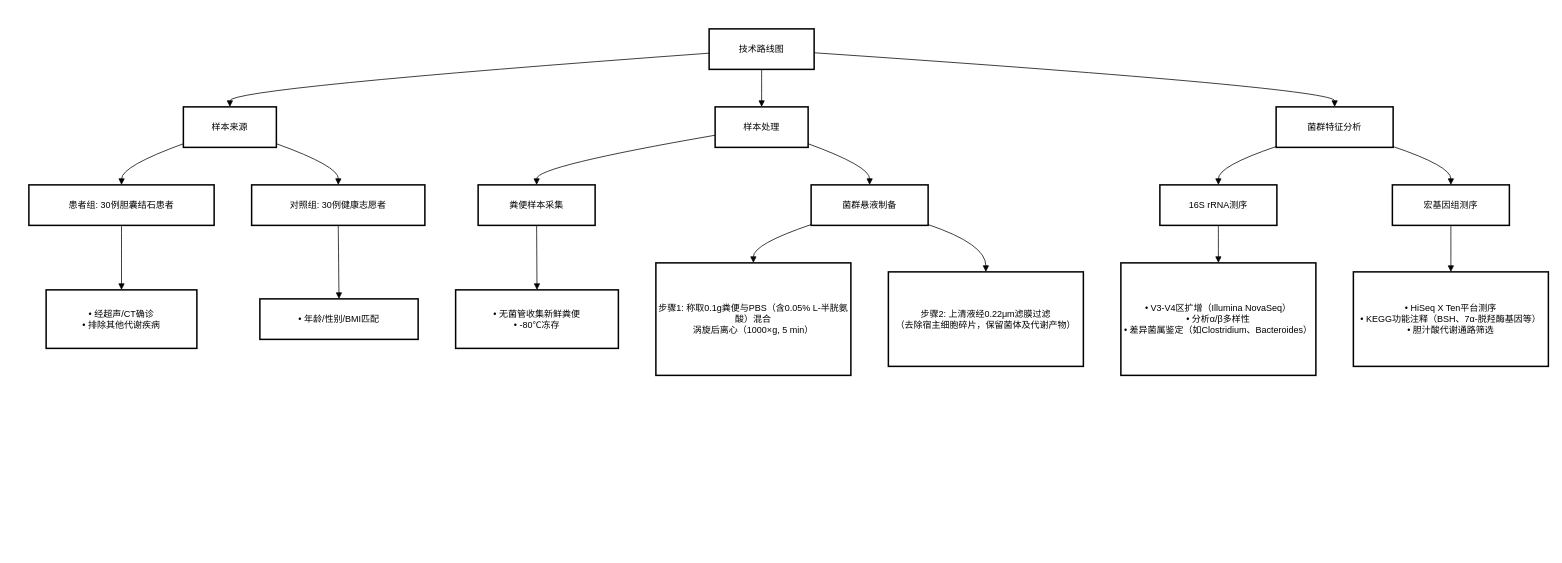
DavidWang2019/TEST keeps this draw.io diagram as 技术路线一.drawio. Above is the earlier version. Source tidied: cells renumbered, new cells numbered last; positions are measured from the earlier drawing's top-left corner, leaving out a move shared by most shapes. Both pictures are drawn from the tidied source at 75%, with x=0, y=0 at pixel (28, 28).
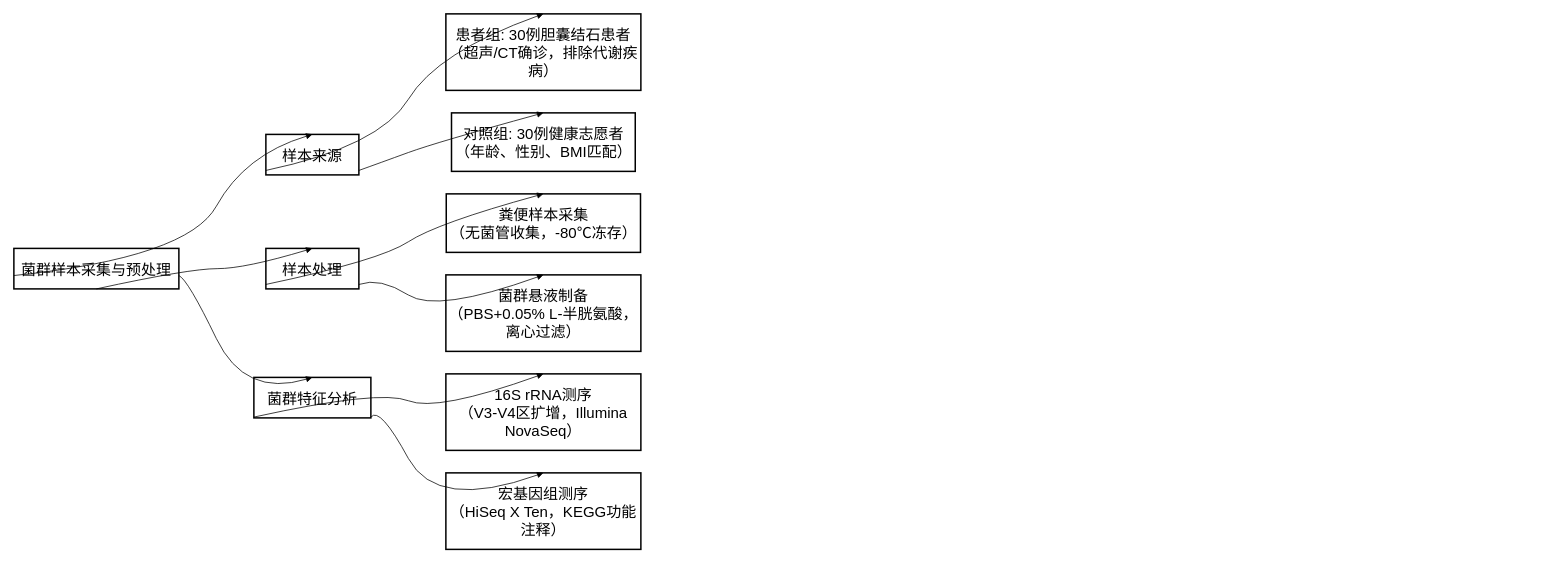
The same page after the edit.

Commit message (it also covers changes not shown here):
更新技术路线一.drawio

Diff of the diagram source:
```diff
@@
-    <mxCell id="2" value="技术路线图" style="whiteSpace=wrap;strokeWidth=2;" parent="1" vertex="1">
-      <mxGeometry x="907" width="140" height="54" as="geometry" />
-    </mxCell>
+    <mxCell id="35" value="菌群样本采集与预处理" style="whiteSpace=wrap;strokeWidth=2;fontSize=20;" parent="1" vertex="1">
+      <mxGeometry x="-20" y="292.7" width="220" height="54" as="geometry" />
+    </mxCell>
-    <mxCell id="3" value="样本来源" style="whiteSpace=wrap;strokeWidth=2;" parent="1" vertex="1">
-      <mxGeometry x="206" y="104" width="124" height="54" as="geometry" />
+    <mxCell id="3" value="样本来源" style="whiteSpace=wrap;strokeWidth=2;fontSize=20;" parent="1" vertex="1">
+      <mxGeometry x="316" y="140.7" width="124" height="54" as="geometry" />
     </mxCell>
-    <mxCell id="4" value="样本处理" style="whiteSpace=wrap;strokeWidth=2;" parent="1" vertex="1">
-      <mxGeometry x="915" y="104" width="124" height="54" as="geometry" />
+    <mxCell id="4" value="样本处理" style="whiteSpace=wrap;strokeWidth=2;fontSize=20;" parent="1" vertex="1">
+      <mxGeometry x="316" y="292.7" width="124" height="54" as="geometry" />
     </mxCell>
-    <mxCell id="5" value="菌群特征分析" style="whiteSpace=wrap;strokeWidth=2;" parent="1" vertex="1">
-      <mxGeometry x="1663" y="104" width="156" height="54" as="geometry" />
+    <mxCell id="5" value="菌群特征分析" style="whiteSpace=wrap;strokeWidth=2;fontSize=20;" parent="1" vertex="1">
+      <mxGeometry x="300" y="464.7" width="156" height="54" as="geometry" />
     </mxCell>
-    <mxCell id="6" value="患者组: 30例胆囊结石患者" style="whiteSpace=wrap;strokeWidth=2;" parent="1" vertex="1">
-      <mxGeometry y="208" width="247" height="54" as="geometry" />
-    </mxCell>
-    <mxCell id="7" value="对照组: 30例健康志愿者" style="whiteSpace=wrap;strokeWidth=2;" parent="1" vertex="1">
-      <mxGeometry x="297" y="208" width="231" height="54" as="geometry" />
-    </mxCell>
-    <mxCell id="8" value="• 经超声/CT确诊&#10;• 排除其他代谢疾病" style="whiteSpace=wrap;strokeWidth=2;" parent="1" vertex="1">
-      <mxGeometry x="23" y="348" width="201" height="78" as="geometry" />
-    </mxCell>
-    <mxCell id="9" value="• 年龄/性别/BMI匹配" style="whiteSpace=wrap;strokeWidth=2;" parent="1" vertex="1">
-      <mxGeometry x="308" y="360" width="211" height="54" as="geometry" />
-    </mxCell>
-    <mxCell id="10" value="粪便样本采集" style="whiteSpace=wrap;strokeWidth=2;" parent="1" vertex="1">
-      <mxGeometry x="599" y="208" width="156" height="54" as="geometry" />
-    </mxCell>
-    <mxCell id="11" value="菌群悬液制备" style="whiteSpace=wrap;strokeWidth=2;" parent="1" vertex="1">
-      <mxGeometry x="1043" y="208" width="156" height="54" as="geometry" />
-    </mxCell>
-    <mxCell id="12" value="• 无菌管收集新鲜粪便&#10;• -80℃冻存" style="whiteSpace=wrap;strokeWidth=2;" parent="1" vertex="1">
-      <mxGeometry x="569" y="348" width="217" height="78" as="geometry" />
-    </mxCell>
-    <mxCell id="13" value="步骤1: 称取0.1g粪便与PBS（含0.05% L-半胱氨酸）混合&#10;涡旋后离心（1000×g, 5 min）" style="whiteSpace=wrap;strokeWidth=2;" parent="1" vertex="1">
-      <mxGeometry x="836" y="312" width="260" height="150" as="geometry" />
-    </mxCell>
-    <mxCell id="14" value="步骤2: 上清液经0.22μm滤膜过滤&#10;（去除宿主细胞碎片，保留菌体及代谢产物）" style="whiteSpace=wrap;strokeWidth=2;" parent="1" vertex="1">
-      <mxGeometry x="1146" y="324" width="260" height="126" as="geometry" />
-    </mxCell>
-    <mxCell id="15" value="16S rRNA测序" style="whiteSpace=wrap;strokeWidth=2;" parent="1" vertex="1">
-      <mxGeometry x="1508" y="208" width="156" height="54" as="geometry" />
-    </mxCell>
-    <mxCell id="16" value="宏基因组测序" style="whiteSpace=wrap;strokeWidth=2;" parent="1" vertex="1">
-      <mxGeometry x="1818" y="208" width="156" height="54" as="geometry" />
-    </mxCell>
-    <mxCell id="17" value="• V3-V4区扩增（Illumina NovaSeq）&#10;• 分析α/β多样性&#10;• 差异菌属鉴定（如Clostridium、Bacteroides）" style="whiteSpace=wrap;strokeWidth=2;" parent="1" vertex="1">
-      <mxGeometry x="1456" y="312" width="260" height="150" as="geometry" />
-    </mxCell>
-    <mxCell id="18" value="• HiSeq X Ten平台测序&#10;• KEGG功能注释（BSH、7α-脱羟酶基因等）&#10;• 胆汁酸代谢通路筛选" style="whiteSpace=wrap;strokeWidth=2;" parent="1" vertex="1">
-      <mxGeometry x="1766" y="324" width="260" height="126" as="geometry" />
-    </mxCell>
-    <mxCell id="19" style="curved=1;startArrow=none;endArrow=block;exitX=0;exitY=0.6;entryX=0.5;entryY=0;rounded=0;" parent="1" edge="1" source="2" target="3">
-      <mxGeometry relative="1" as="geometry">
-        <Array as="points">
-          <mxPoint x="268" y="79" />
-        </Array>
-      </mxGeometry>
-    </mxCell>
-    <mxCell id="20" style="curved=1;startArrow=none;endArrow=block;exitX=0.5;exitY=1;entryX=0.5;entryY=0;rounded=0;" parent="1" edge="1" source="2" target="4">
-      <mxGeometry relative="1" as="geometry" />
-    </mxCell>
-    <mxCell id="21" style="curved=1;startArrow=none;endArrow=block;exitX=1;exitY=0.59;entryX=0.5;entryY=0;rounded=0;" parent="1" edge="1" source="2" target="5">
-      <mxGeometry relative="1" as="geometry">
-        <Array as="points">
-          <mxPoint x="1741" y="79" />
-        </Array>
-      </mxGeometry>
-    </mxCell>
-    <mxCell id="22" style="curved=1;startArrow=none;endArrow=block;exitX=0;exitY=0.91;entryX=0.5;entryY=0;rounded=0;" parent="1" edge="1" source="3" target="6">
-      <mxGeometry relative="1" as="geometry">
-        <Array as="points">
-          <mxPoint x="124" y="183" />
-        </Array>
-      </mxGeometry>
-    </mxCell>
-    <mxCell id="23" style="curved=1;startArrow=none;endArrow=block;exitX=1;exitY=0.91;entryX=0.5;entryY=0;rounded=0;" parent="1" edge="1" source="3" target="7">
-      <mxGeometry relative="1" as="geometry">
-        <Array as="points">
-          <mxPoint x="413" y="183" />
-        </Array>
-      </mxGeometry>
-    </mxCell>
-    <mxCell id="24" style="curved=1;startArrow=none;endArrow=block;exitX=0.5;exitY=1;entryX=0.5;entryY=0;rounded=0;" parent="1" edge="1" source="6" target="8">
-      <mxGeometry relative="1" as="geometry" />
-    </mxCell>
-    <mxCell id="25" style="curved=1;startArrow=none;endArrow=block;exitX=0.5;exitY=1;entryX=0.5;entryY=0;rounded=0;" parent="1" edge="1" source="7" target="9">
-      <mxGeometry relative="1" as="geometry" />
-    </mxCell>
-    <mxCell id="26" style="curved=1;startArrow=none;endArrow=block;exitX=0;exitY=0.7;entryX=0.5;entryY=0;rounded=0;" parent="1" edge="1" source="4" target="10">
-      <mxGeometry relative="1" as="geometry">
-        <Array as="points">
-          <mxPoint x="677" y="183" />
-        </Array>
-      </mxGeometry>
-    </mxCell>
-    <mxCell id="27" style="curved=1;startArrow=none;endArrow=block;exitX=1;exitY=0.91;entryX=0.5;entryY=0;rounded=0;" parent="1" edge="1" source="4" target="11">
-      <mxGeometry relative="1" as="geometry">
-        <Array as="points">
-          <mxPoint x="1121" y="183" />
-        </Array>
-      </mxGeometry>
-    </mxCell>
-    <mxCell id="28" style="curved=1;startArrow=none;endArrow=block;exitX=0.5;exitY=1;entryX=0.5;entryY=0;rounded=0;" parent="1" edge="1" source="10" target="12">
-      <mxGeometry relative="1" as="geometry" />
-    </mxCell>
-    <mxCell id="29" style="curved=1;startArrow=none;endArrow=block;exitX=0;exitY=0.98;entryX=0.5;entryY=0;rounded=0;" parent="1" edge="1" source="11" target="13">
-      <mxGeometry relative="1" as="geometry">
-        <Array as="points">
-          <mxPoint x="966" y="287" />
-        </Array>
-      </mxGeometry>
-    </mxCell>
-    <mxCell id="30" style="curved=1;startArrow=none;endArrow=block;exitX=1;exitY=0.98;entryX=0.5;entryY=0;rounded=0;" parent="1" edge="1" source="11" target="14">
-      <mxGeometry relative="1" as="geometry">
-        <Array as="points">
-          <mxPoint x="1276" y="287" />
-        </Array>
-      </mxGeometry>
-    </mxCell>
-    <mxCell id="31" style="curved=1;startArrow=none;endArrow=block;exitX=0;exitY=0.98;entryX=0.5;entryY=0;rounded=0;" parent="1" edge="1" source="5" target="15">
-      <mxGeometry relative="1" as="geometry">
-        <Array as="points">
-          <mxPoint x="1586" y="183" />
-        </Array>
-      </mxGeometry>
-    </mxCell>
-    <mxCell id="32" style="curved=1;startArrow=none;endArrow=block;exitX=1;exitY=0.98;entryX=0.5;entryY=0;rounded=0;" parent="1" edge="1" source="5" target="16">
-      <mxGeometry relative="1" as="geometry">
-        <Array as="points">
-          <mxPoint x="1896" y="183" />
-        </Array>
-      </mxGeometry>
-    </mxCell>
-    <mxCell id="33" style="curved=1;startArrow=none;endArrow=block;exitX=0.5;exitY=1;entryX=0.5;entryY=0;rounded=0;" parent="1" edge="1" source="15" target="17">
-      <mxGeometry relative="1" as="geometry" />
-    </mxCell>
-    <mxCell id="34" style="curved=1;startArrow=none;endArrow=block;exitX=0.5;exitY=1;entryX=0.5;entryY=0;rounded=0;" parent="1" edge="1" source="16" target="18">
-      <mxGeometry relative="1" as="geometry" />
-    </mxCell>
+    <mxCell id="36" value="患者组: 30例胆囊结石患者&#10;（超声/CT确诊，排除代谢疾病）" style="whiteSpace=wrap;strokeWidth=2;fontSize=20;" parent="1" vertex="1">
+      <mxGeometry x="556" y="-20" width="260" height="102" as="geometry" />
+    </mxCell>
+    <mxCell id="37" value="对照组: 30例健康志愿者&#10;（年龄、性别、BMI匹配）" style="whiteSpace=wrap;strokeWidth=2;fontSize=20;" parent="1" vertex="1">
+      <mxGeometry x="563.5" y="112" width="245" height="78" as="geometry" />
+    </mxCell>
+    <mxCell id="38" value="粪便样本采集&#10;（无菌管收集，-80℃冻存）" style="whiteSpace=wrap;strokeWidth=2;fontSize=20;" parent="1" vertex="1">
+      <mxGeometry x="556.5" y="220" width="259" height="78" as="geometry" />
+    </mxCell>
+    <mxCell id="39" value="菌群悬液制备&#10;（PBS+0.05% L-半胱氨酸，离心过滤）" style="whiteSpace=wrap;strokeWidth=2;fontSize=20;" parent="1" vertex="1">
+      <mxGeometry x="556" y="328" width="260" height="102" as="geometry" />
+    </mxCell>
+    <mxCell id="40" value="16S rRNA测序&#10;（V3-V4区扩增，Illumina NovaSeq）" style="whiteSpace=wrap;strokeWidth=2;fontSize=20;" parent="1" vertex="1">
+      <mxGeometry x="556" y="460" width="260" height="102" as="geometry" />
+    </mxCell>
+    <mxCell id="41" value="宏基因组测序&#10;（HiSeq X Ten，KEGG功能注释）" style="whiteSpace=wrap;strokeWidth=2;fontSize=20;" parent="1" vertex="1">
+      <mxGeometry x="556" y="592" width="260" height="102" as="geometry" />
+    </mxCell>
+    <mxCell id="42" style="curved=1;startArrow=none;endArrow=block;exitX=0;exitY=0.67;entryX=0.5;entryY=0;rounded=0;noEdgeStyle=1;orthogonal=1;fontSize=20;" parent="1" edge="1" source="35" target="3">
+      <mxGeometry relative="1" as="geometry">
+        <Array as="points">
+          <mxPoint x="212" y="305" />
+          <mxPoint x="288" y="167.7" />
+        </Array>
+      </mxGeometry>
+    </mxCell>
+    <mxCell id="43" style="curved=1;startArrow=none;endArrow=block;exitX=0.5;exitY=1;entryX=0.5;entryY=0;rounded=0;noEdgeStyle=1;orthogonal=1;fontSize=20;" parent="1" edge="1" source="35" target="4">
+      <mxGeometry relative="1" as="geometry">
+        <Array as="points">
+          <mxPoint x="214" y="319.7" />
+          <mxPoint x="288" y="319.7" />
+        </Array>
+      </mxGeometry>
+    </mxCell>
+    <mxCell id="44" style="curved=1;startArrow=none;endArrow=block;exitX=1;exitY=0.67;entryX=0.5;entryY=0;rounded=0;noEdgeStyle=1;orthogonal=1;fontSize=20;" parent="1" edge="1" source="35" target="5">
+      <mxGeometry relative="1" as="geometry">
+        <Array as="points">
+          <mxPoint x="212" y="334.3" />
+          <mxPoint x="288" y="491.7" />
+        </Array>
+      </mxGeometry>
+    </mxCell>
+    <mxCell id="45" style="curved=1;startArrow=none;endArrow=block;exitX=0;exitY=0.89;entryX=0.5;entryY=0;rounded=0;noEdgeStyle=1;orthogonal=1;fontSize=20;" parent="1" edge="1" source="3" target="36">
+      <mxGeometry relative="1" as="geometry">
+        <Array as="points">
+          <mxPoint x="468" y="156.7" />
+          <mxPoint x="544" y="31" />
+        </Array>
+      </mxGeometry>
+    </mxCell>
+    <mxCell id="46" style="curved=1;startArrow=none;endArrow=block;exitX=1;exitY=0.89;entryX=0.5;entryY=0;rounded=0;noEdgeStyle=1;orthogonal=1;fontSize=20;" parent="1" edge="1" source="3" target="37">
+      <mxGeometry relative="1" as="geometry">
+        <Array as="points">
+          <mxPoint x="468" y="178.7" />
+          <mxPoint x="544" y="151" />
+        </Array>
+      </mxGeometry>
+    </mxCell>
+    <mxCell id="47" style="curved=1;startArrow=none;endArrow=block;exitX=0;exitY=0.89;entryX=0.5;entryY=0;rounded=0;noEdgeStyle=1;orthogonal=1;fontSize=20;" parent="1" edge="1" source="4" target="38">
+      <mxGeometry relative="1" as="geometry">
+        <Array as="points">
+          <mxPoint x="468" y="308.7" />
+          <mxPoint x="544" y="259" />
+        </Array>
+      </mxGeometry>
+    </mxCell>
+    <mxCell id="48" style="curved=1;startArrow=none;endArrow=block;exitX=1;exitY=0.89;entryX=0.5;entryY=0;rounded=0;noEdgeStyle=1;orthogonal=1;fontSize=20;" parent="1" edge="1" source="4" target="39">
+      <mxGeometry relative="1" as="geometry">
+        <Array as="points">
+          <mxPoint x="468" y="330.7" />
+          <mxPoint x="544" y="379" />
+        </Array>
+      </mxGeometry>
+    </mxCell>
+    <mxCell id="49" style="curved=1;startArrow=none;endArrow=block;exitX=0;exitY=0.98;entryX=0.5;entryY=0;rounded=0;noEdgeStyle=1;orthogonal=1;fontSize=20;" parent="1" edge="1" source="5" target="40">
+      <mxGeometry relative="1" as="geometry">
+        <Array as="points">
+          <mxPoint x="468" y="480.7" />
+          <mxPoint x="544" y="511" />
+        </Array>
+      </mxGeometry>
+    </mxCell>
+    <mxCell id="50" style="curved=1;startArrow=none;endArrow=block;exitX=1;exitY=0.98;entryX=0.5;entryY=0;rounded=0;noEdgeStyle=1;orthogonal=1;fontSize=20;" parent="1" edge="1" source="5" target="41">
+      <mxGeometry relative="1" as="geometry">
+        <Array as="points">
+          <mxPoint x="468" y="502.7" />
+          <mxPoint x="544" y="643" />
+        </Array>
+      </mxGeometry>
+    </mxCell>
```
